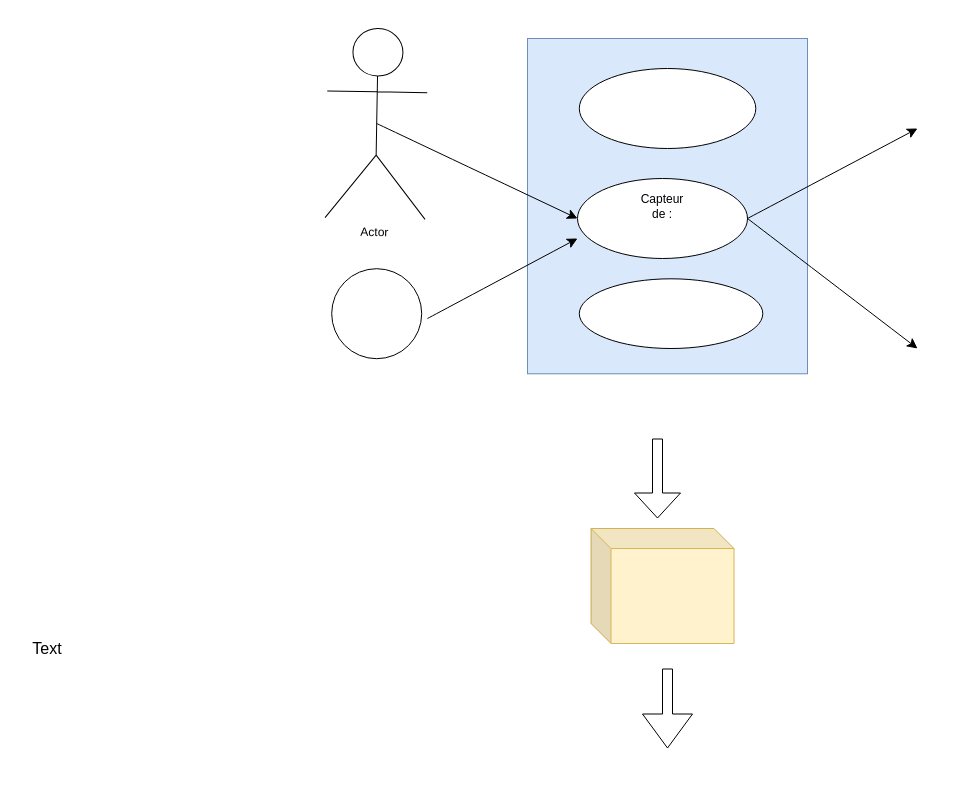
This is Diagramme sans nom.drawio from dinosaure6674/Bac-plus-5, a draw.io file, before an edit. Source tidied: cells renumbered, new cells numbered last; positions are measured from the earlier drawing's top-left corner, leaving out a move shared by most shapes. Both pictures are drawn from the tidied source at 100%, with x=0, y=0 at pixel (17, 28).
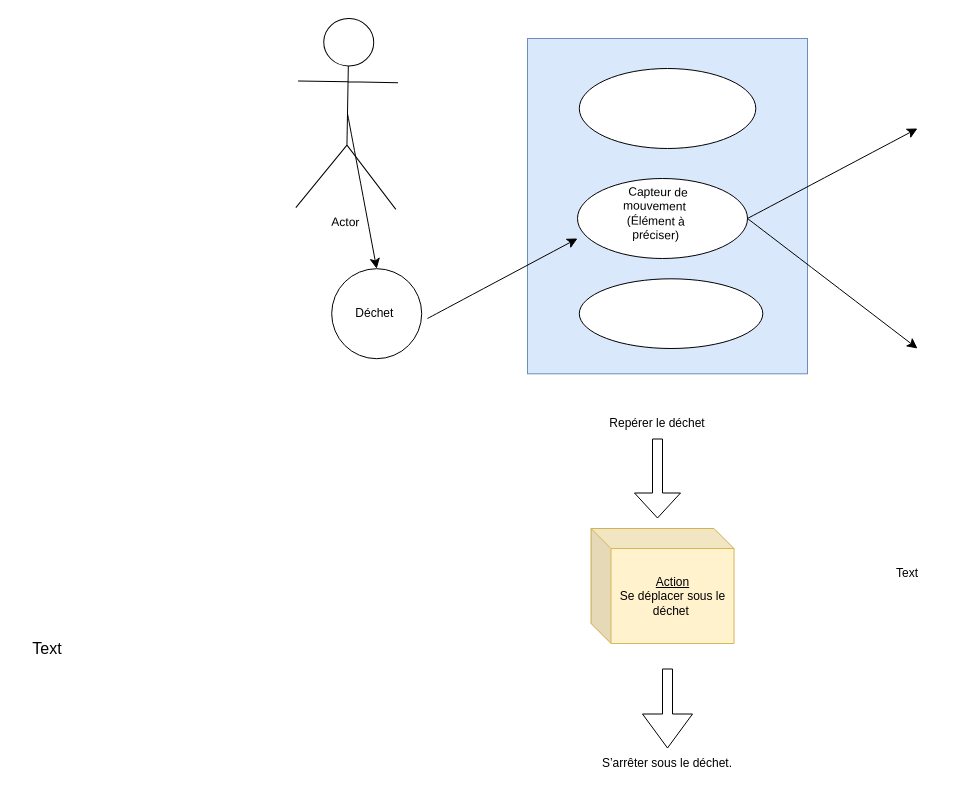
After the change.

Commit message:
Mettre à jour Diagramme sans nom.drawio

Unchanged cells that the change refers to:
```xml
<mxCell id="5" style="ellipse;whiteSpace=wrap;html=1;shapeInside=1;" parent="1" vertex="1">
  <mxGeometry x="560" y="150" width="170" height="80" as="geometry" />
</mxCell>
```

Change to the diagram source:
```diff
@@
     <mxCell id="4" value="Actor" style="shape=umlActor;verticalLabelPosition=bottom;verticalAlign=top;html=1;outlineConnect=0;rotation=1;" parent="1" vertex="1">
-      <mxGeometry x="309.2" width="100" height="190" as="geometry" />
+      <mxGeometry x="280" y="-10" width="100" height="190" as="geometry" />
     </mxCell>
@@
-    <mxCell id="6" style="endArrow=classic;html=1;rounded=0;fontSize=12;startSize=8;endSize=8;curved=1;exitX=0.5;exitY=0.5;exitDx=0;exitDy=0;exitPerimeter=0;entryX=0;entryY=0.5;entryDx=0;entryDy=0;" parent="1" edge="1" source="4" target="5">
+    <mxCell id="6" style="endArrow=classic;html=1;rounded=0;fontSize=12;startSize=8;endSize=8;curved=1;exitX=0.5;exitY=0.5;exitDx=0;exitDy=0;exitPerimeter=0;entryX=0.5;entryY=0;entryDx=0;entryDy=0;" parent="1" edge="1" source="4" target="15">
       <mxGeometry relative="1" as="geometry" />
     </mxCell>
@@
-    <mxCell id="9" style="shape=cube;whiteSpace=wrap;html=1;boundedLbl=1;backgroundOutline=1;darkOpacity=0.05;darkOpacity2=0.1;fillColor=#fff2cc;strokeColor=#d6b656;" parent="1" vertex="1">
+    <mxCell id="9" value="&lt;u&gt;Action&lt;/u&gt;&lt;div&gt;Se déplacer sous le déchet&amp;nbsp;&lt;/div&gt;" style="shape=cube;whiteSpace=wrap;html=1;boundedLbl=1;backgroundOutline=1;darkOpacity=0.05;darkOpacity2=0.1;fillColor=#fff2cc;strokeColor=#d6b656;" parent="1" vertex="1">
       <mxGeometry x="573.5" y="500" width="143" height="115" as="geometry" />
     </mxCell>
@@
-    <mxCell id="14" value="Capteur de :" style="text;html=1;whiteSpace=wrap;strokeColor=none;fillColor=none;align=center;verticalAlign=middle;rounded=0;" parent="1" vertex="1">
-      <mxGeometry x="615" y="157.7" width="60" height="40" as="geometry" />
+    <mxCell id="14" value="&amp;nbsp;Capteur de mouvement&amp;nbsp;&lt;div&gt;(Élément à préciser)&lt;/div&gt;" style="text;html=1;whiteSpace=wrap;strokeColor=none;fillColor=none;align=center;verticalAlign=middle;rounded=0;rotation=1;" parent="1" vertex="1">
+      <mxGeometry x="594" y="150" width="90" height="69.7" as="geometry" />
     </mxCell>
-    <mxCell id="15" style="ellipse;whiteSpace=wrap;html=1;shapeInside=1;" parent="1" vertex="1">
+    <mxCell id="15" value="Déchet&amp;nbsp;" style="ellipse;whiteSpace=wrap;html=1;shapeInside=1;" parent="1" vertex="1">
       <mxGeometry x="314.2" y="240.2" width="90" height="90" as="geometry" />
     </mxCell>
@@
+    <mxCell id="17" value="&amp;nbsp;Repérer le déchet&amp;nbsp;" style="text;html=1;whiteSpace=wrap;strokeColor=none;fillColor=none;align=center;verticalAlign=middle;rounded=0;" parent="1" vertex="1">
+      <mxGeometry x="560" y="380" width="160" height="30" as="geometry" />
+    </mxCell>
+    <mxCell id="18" value="Text" style="text;html=1;whiteSpace=wrap;strokeColor=none;fillColor=none;align=center;verticalAlign=middle;rounded=0;" parent="1" vertex="1">
+      <mxGeometry x="860" y="490" width="60" height="110" as="geometry" />
+    </mxCell>
+    <mxCell id="19" value="S’arrêter sous le déchet." style="text;html=1;whiteSpace=wrap;strokeColor=none;fillColor=none;align=center;verticalAlign=middle;rounded=0;" parent="1" vertex="1">
+      <mxGeometry x="575" y="720" width="150" height="30" as="geometry" />
+    </mxCell>
```
